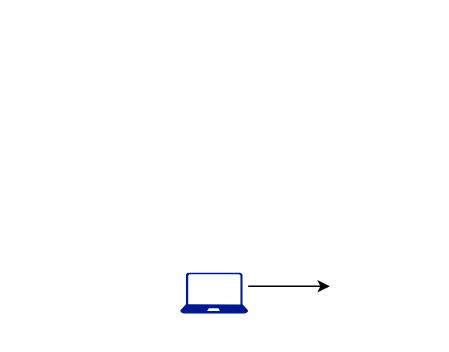
Above: Untitled Diagram.drawio in sha1thedon/project_empowermind (draw.io), before the change. Source tidied: cells renumbered, new cells numbered last; positions are measured from the earlier drawing's top-left corner, leaving out a move shared by most shapes. Both pictures are drawn from the tidied source at 136%, with x=0, y=0 at pixel (180, 272). Pictures stored in the file or linked from it are replaced by grey dashed boxes.
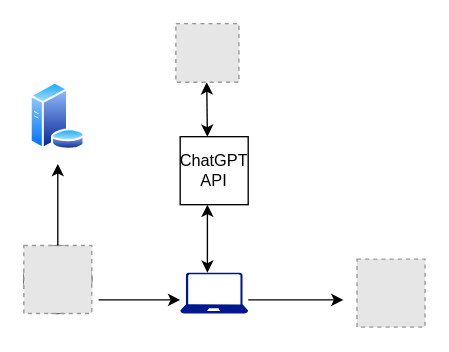
Above is the later version.

Change to the diagram source:
```diff
@@
 <mxGraphModel>
   <root>
     <mxCell id="0" />
     <mxCell id="1" parent="0" />
     <mxCell id="2" style="sketch=0;shadow=0;dashed=0;html=1;strokeColor=none;labelPosition=center;verticalLabelPosition=bottom;verticalAlign=top;align=center;fillColor=#00188D;shape=mxgraph.azure.laptop;" parent="1" vertex="1">
       <mxGeometry width="50" height="30" as="geometry" />
     </mxCell>
     <mxCell id="3" style="endArrow=classic;html=1;rounded=0;" parent="1" edge="1">
       <mxGeometry relative="1" as="geometry">
-        <mxPoint x="50" y="10" as="sourcePoint" />
-        <mxPoint x="110" y="10" as="targetPoint" />
+        <mxPoint x="-60" y="20" as="sourcePoint" />
+        <mxPoint y="20" as="targetPoint" />
       </mxGeometry>
     </mxCell>
+    <mxCell id="4" style="ellipse;whiteSpace=wrap;html=1;fillColor=#000000;" parent="1" vertex="1">
+      <mxGeometry x="-115" y="-20" width="50" height="50" as="geometry" />
+    </mxCell>
+    <mxCell id="5" style="fillColor=#E6E6E6;strokeColor=#999999;dashed=1;verticalLabelPosition=bottom;labelBackgroundColor=default;verticalAlign=top;" parent="1" vertex="1">
+      <mxGeometry x="-115" y="-20" width="50" height="50" as="geometry" />
+    </mxCell>
+    <mxCell id="6" style="endArrow=classic;html=1;rounded=0;" parent="1" edge="1">
+      <mxGeometry relative="1" as="geometry">
+        <mxPoint x="-90" y="-20" as="sourcePoint" />
+        <mxPoint x="-90" y="-80" as="targetPoint" />
+      </mxGeometry>
+    </mxCell>
+    <mxCell id="7" style="image;perimeter=ellipsePerimeter;html=1;align=center;shadow=0;dashed=0;spacingTop=3;image=img/lib/active_directory/database_server.svg;" parent="1" vertex="1">
+      <mxGeometry x="-110.5" y="-140" width="41" height="50" as="geometry" />
+    </mxCell>
+    <mxCell id="8" style="fillColor=#E6E6E6;strokeColor=#999999;dashed=1;verticalLabelPosition=bottom;labelBackgroundColor=default;verticalAlign=top;" parent="1" vertex="1">
+      <mxGeometry x="-3.2" y="-183.1" width="46.4" height="43.1" as="geometry" />
+    </mxCell>
+    <mxCell id="9" style="fillColor=#E6E6E6;strokeColor=#999999;dashed=1;verticalLabelPosition=bottom;labelBackgroundColor=default;verticalAlign=top;" parent="1" vertex="1">
+      <mxGeometry x="130" y="-10" width="50" height="50" as="geometry" />
+    </mxCell>
+    <mxCell id="10" style="endArrow=classic;startArrow=classic;html=1;rounded=0;" parent="1" edge="1">
+      <mxGeometry relative="1" as="geometry">
+        <mxPoint x="20" as="sourcePoint" />
+        <mxPoint x="20" y="-50" as="targetPoint" />
+      </mxGeometry>
+    </mxCell>
+    <mxCell id="11" value="ChatGPT API" style="whiteSpace=wrap;html=1;" parent="1" vertex="1">
+      <mxGeometry y="-100" width="50" height="50" as="geometry" />
+    </mxCell>
+    <mxCell id="12" style="endArrow=classic;startArrow=classic;html=1;rounded=0;" parent="1" edge="1">
+      <mxGeometry relative="1" as="geometry">
+        <mxPoint x="20" y="-100" as="sourcePoint" />
+        <mxPoint x="19.5" y="-140" as="targetPoint" />
+      </mxGeometry>
+    </mxCell>
+    <mxCell id="13" style="endArrow=classic;html=1;rounded=0;" parent="1" edge="1">
+      <mxGeometry relative="1" as="geometry">
+        <mxPoint x="50" y="20" as="sourcePoint" />
+        <mxPoint x="120" y="20" as="targetPoint" />
+      </mxGeometry>
+    </mxCell>
   </root>
 </mxGraphModel>
```
